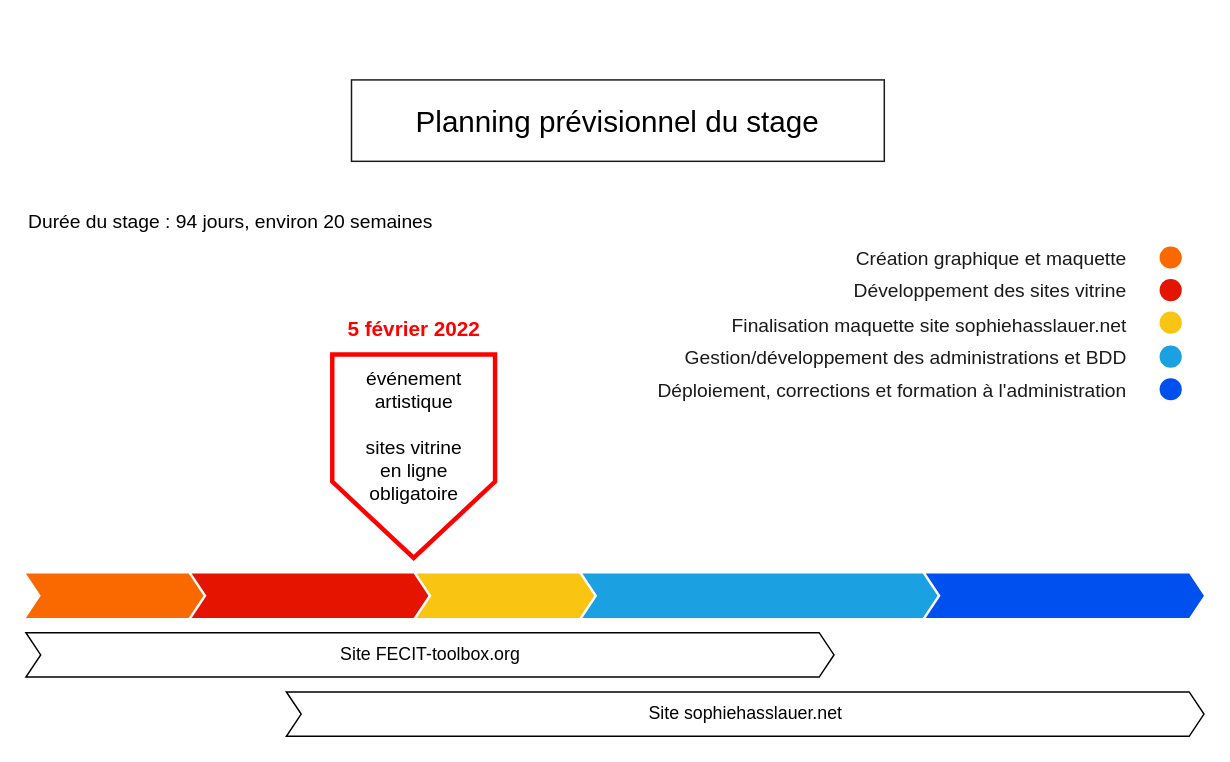
Earlier version of the draw.io diagram timeline.drawio (sebatease/cvperso). Source tidied: cells renumbered, new cells numbered last; positions are measured from the earlier drawing's top-left corner, leaving out a move shared by most shapes. Both pictures are drawn from the tidied source at 148%, with x=0, y=0 at pixel (25, 80).
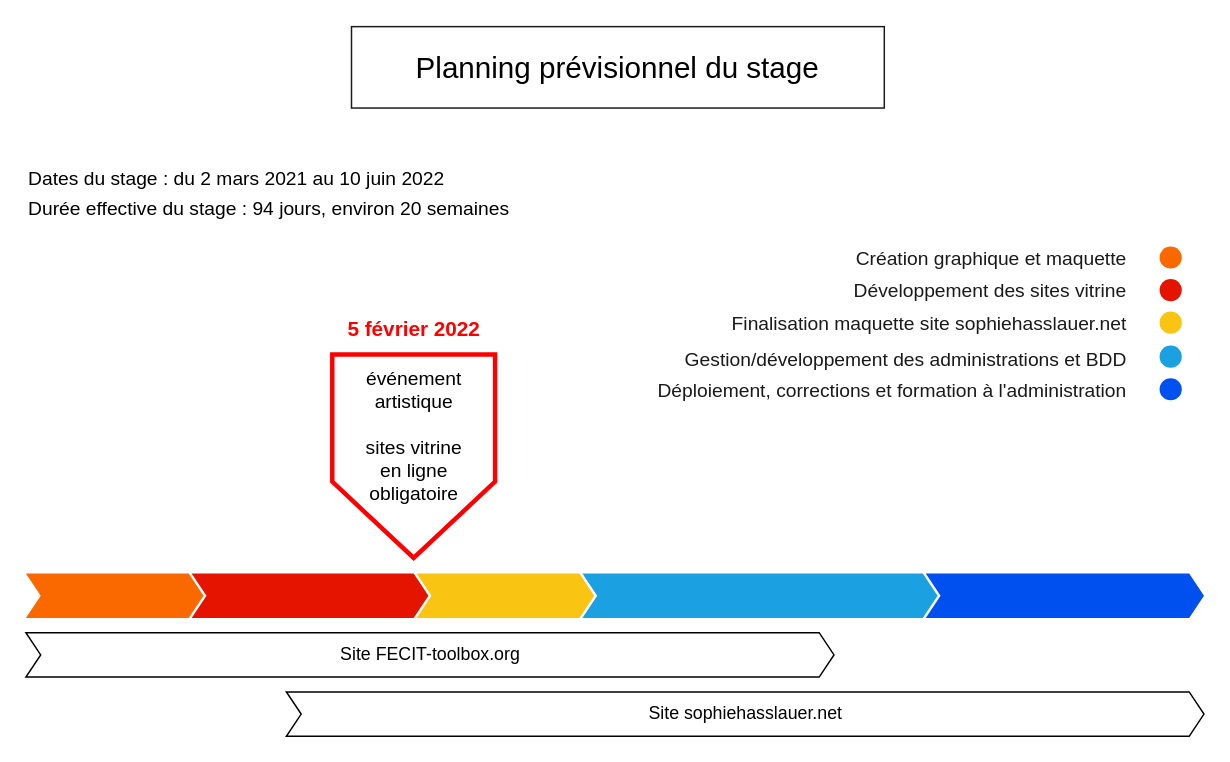
The same page after the edit.

Diff of the diagram source:
```diff
@@
     <mxCell id="3" value="Planning prévisionnel du stage" style="text;html=1;strokeColor=none;fillColor=none;align=center;verticalAlign=middle;whiteSpace=wrap;rounded=0;fontSize=20;" parent="1" vertex="1">
-      <mxGeometry x="237" y="12" width="326" height="30" as="geometry" />
+      <mxGeometry x="237" y="-24" width="326" height="30" as="geometry" />
     </mxCell>
-    <mxCell id="4" value="Durée du stage :&amp;nbsp;&lt;span&gt;94 jours, environ 20 semaines&lt;/span&gt;" style="text;html=1;align=left;verticalAlign=middle;strokeColor=none;fillColor=none;fontSize=13;" parent="1" vertex="1">
-      <mxGeometry y="84.5" width="290" height="20" as="geometry" />
+    <mxCell id="4" value="Durée effective du stage :&amp;nbsp;&lt;span&gt;94 jours, environ 20 semaines&lt;/span&gt;" style="text;html=1;align=left;verticalAlign=middle;strokeColor=none;fillColor=none;fontSize=13;" parent="1" vertex="1">
+      <mxGeometry y="75.5" width="340" height="20" as="geometry" />
     </mxCell>
@@
-    <mxCell id="19" value="&lt;font color=&quot;#1a1a1a&quot;&gt;Création graphique et maquette&lt;/font&gt;" style="text;html=1;strokeColor=none;fillColor=none;align=right;verticalAlign=middle;whiteSpace=wrap;rounded=0;fontSize=13;fontColor=#FF0000;" parent="1" vertex="1">
+    <mxCell id="19" value="&lt;font color=&quot;#1a1a1a&quot;&gt;Création graphique et maquette&lt;/font&gt;" style="text;html=1;strokeColor=none;fillColor=none;align=right;verticalAlign=middle;whiteSpace=wrap;rounded=0;fontSize=13;fontColor=#FF0000;flipV=1;" parent="1" vertex="1">
       <mxGeometry x="546" y="104.5" width="200" height="30" as="geometry" />
     </mxCell>
-    <mxCell id="20" value="&lt;font color=&quot;#1a1a1a&quot;&gt;Développement&amp;nbsp;des sites vitrine&lt;/font&gt;" style="text;html=1;strokeColor=none;fillColor=none;align=right;verticalAlign=middle;whiteSpace=wrap;rounded=0;fontSize=13;fontColor=#FF0000;" parent="1" vertex="1">
+    <mxCell id="20" value="&lt;font color=&quot;#1a1a1a&quot;&gt;Développement&amp;nbsp;des sites vitrine&lt;/font&gt;" style="text;html=1;strokeColor=none;fillColor=none;align=right;verticalAlign=middle;whiteSpace=wrap;rounded=0;fontSize=13;fontColor=#FF0000;flipV=1;" parent="1" vertex="1">
       <mxGeometry x="546" y="126.5" width="200" height="30" as="geometry" />
     </mxCell>
-    <mxCell id="21" value="&lt;font color=&quot;#1a1a1a&quot;&gt;Finalisation maquette site sophiehasslauer.net&lt;/font&gt;" style="text;html=1;strokeColor=none;fillColor=none;align=right;verticalAlign=middle;whiteSpace=wrap;rounded=0;fontSize=13;fontColor=#FF0000;" parent="1" vertex="1">
-      <mxGeometry x="446" y="149.5" width="300" height="30" as="geometry" />
+    <mxCell id="21" value="&lt;font color=&quot;#1a1a1a&quot;&gt;Finalisation maquette site sophiehasslauer.net&lt;/font&gt;" style="text;html=1;strokeColor=none;fillColor=none;align=right;verticalAlign=middle;whiteSpace=wrap;rounded=0;fontSize=13;fontColor=#FF0000;flipV=1;" parent="1" vertex="1">
+      <mxGeometry x="446" y="148.5" width="300" height="30" as="geometry" />
     </mxCell>
-    <mxCell id="22" value="&lt;font color=&quot;#1a1a1a&quot;&gt;Gestion/développement des administrations et BDD&lt;/font&gt;" style="text;html=1;strokeColor=none;fillColor=none;align=right;verticalAlign=middle;whiteSpace=wrap;rounded=0;fontSize=13;fontColor=#FF0000;" parent="1" vertex="1">
-      <mxGeometry x="426" y="171.5" width="320" height="30" as="geometry" />
+    <mxCell id="22" value="&lt;font color=&quot;#1a1a1a&quot;&gt;Gestion/développement des administrations et BDD&lt;/font&gt;" style="text;html=1;strokeColor=none;fillColor=none;align=right;verticalAlign=middle;whiteSpace=wrap;rounded=0;fontSize=13;fontColor=#FF0000;flipV=1;" parent="1" vertex="1">
+      <mxGeometry x="426" y="172.5" width="320" height="30" as="geometry" />
     </mxCell>
-    <mxCell id="23" value="&lt;font color=&quot;#1a1a1a&quot;&gt;Déploiement, corrections et formation à l'administration&lt;/font&gt;" style="text;html=1;strokeColor=none;fillColor=none;align=right;verticalAlign=middle;whiteSpace=wrap;rounded=0;fontSize=13;fontColor=#FF0000;" parent="1" vertex="1">
+    <mxCell id="23" value="&lt;font color=&quot;#1a1a1a&quot;&gt;Déploiement, corrections et formation à l'administration&lt;/font&gt;" style="text;html=1;strokeColor=none;fillColor=none;align=right;verticalAlign=middle;whiteSpace=wrap;rounded=0;fontSize=13;fontColor=#FF0000;flipV=1;" parent="1" vertex="1">
       <mxGeometry x="426" y="193.5" width="320" height="30" as="geometry" />
     </mxCell>
     <mxCell id="24" style="rounded=0;whiteSpace=wrap;html=1;fontSize=13;fontColor=#1A1A1A;strokeColor=#1A1A1A;strokeWidth=1;fillColor=none;" parent="1" vertex="1">
-      <mxGeometry x="220" y="-0.5" width="360" height="55" as="geometry" />
+      <mxGeometry x="220" y="-36.5" width="360" height="55" as="geometry" />
     </mxCell>
+    <mxCell id="25" value="Dates du stage :&amp;nbsp;&lt;span&gt;du 2 mars 2021 au 10 juin 2022&lt;/span&gt;" style="text;html=1;align=left;verticalAlign=middle;strokeColor=none;fillColor=none;fontSize=13;" parent="1" vertex="1">
+      <mxGeometry y="55.5" width="300" height="20" as="geometry" />
+    </mxCell>
```
